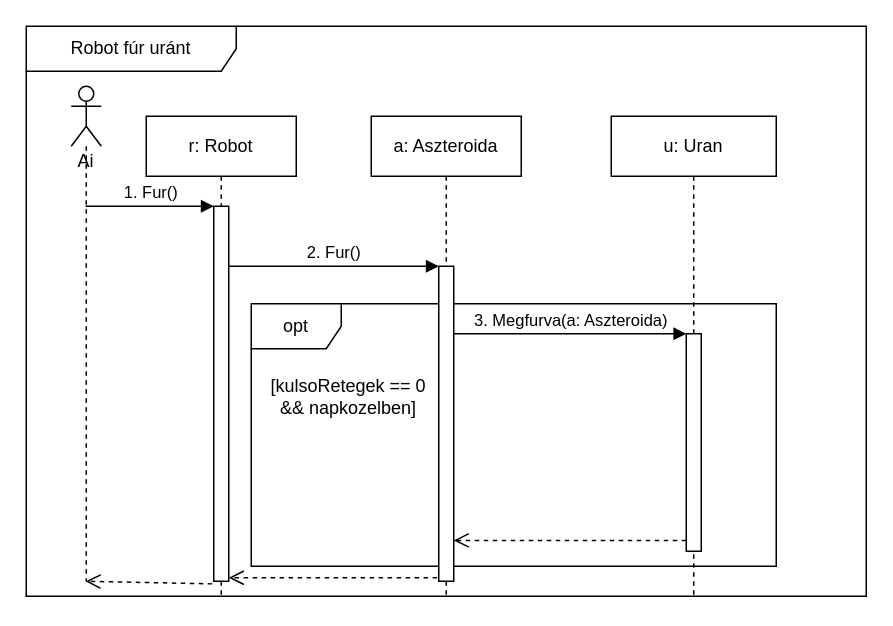
torpeBoiGo/aszteroidabanyaszat keeps this draw.io diagram as page "urán" (3 of 5) of doc/szekvencia/szek_RobotFur.drawio. Above is the earlier version. Source tidied: cells renumbered, new cells numbered last; positions are measured from the earlier drawing's top-left corner, leaving out a move shared by most shapes. Both pictures are drawn from the tidied source at 150%, with x=0, y=0 at pixel (26, 26).
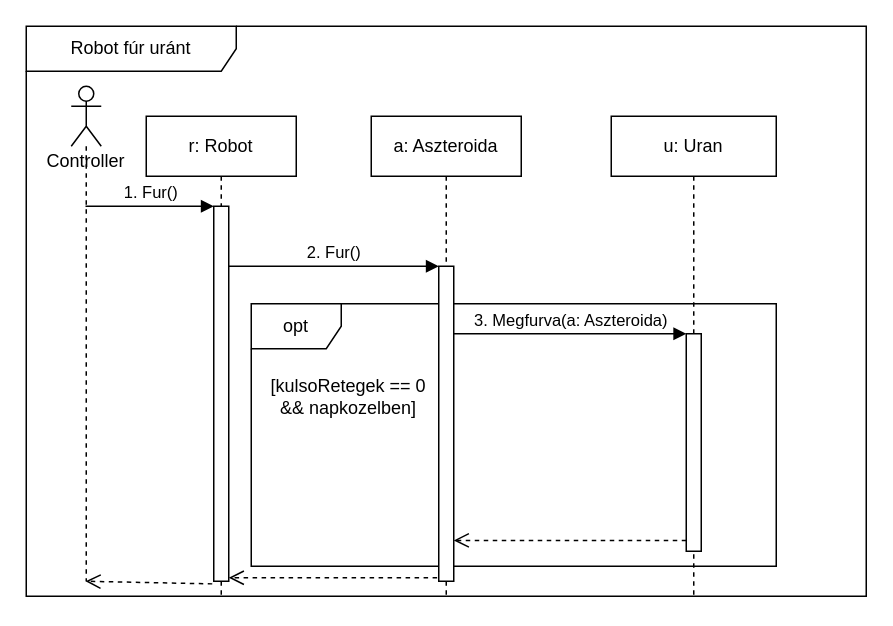
After the change.

Commit message (it also covers changes not shown here):
Update szek_RobotFur.drawio: controller javitasa

What changed in the source:
```diff
@@
 <mxGraphModel>
   <root>
     <mxCell id="0" />
     <mxCell id="1" parent="0" />
     <mxCell id="2" value="Robot fúr uránt" style="shape=umlFrame;whiteSpace=wrap;html=1;width=140;height=30;" parent="1" vertex="1">
       <mxGeometry width="560" height="380" as="geometry" />
     </mxCell>
     <mxCell id="3" style="group;" parent="1" vertex="1">
       <mxGeometry x="150" y="185" width="350" height="175" as="geometry" />
     </mxCell>
     <mxCell id="4" value="opt" style="shape=umlFrame;whiteSpace=wrap;html=1;" parent="3" vertex="1">
       <mxGeometry width="350" height="175" as="geometry" />
     </mxCell>
     <mxCell id="5" value="[kulsoRetegek == 0 &amp;amp;&amp;amp; napkozelben]" style="text;html=1;strokeColor=none;fillColor=none;align=center;verticalAlign=middle;whiteSpace=wrap;rounded=0;" parent="3" vertex="1">
       <mxGeometry x="10" y="37.1" width="110" height="50" as="geometry" />
     </mxCell>
     <mxCell id="6" value="r: Robot" style="shape=umlLifeline;perimeter=lifelinePerimeter;whiteSpace=wrap;html=1;" parent="1" vertex="1">
       <mxGeometry x="80" y="60" width="100" height="320" as="geometry" />
     </mxCell>
     <mxCell id="7" style="html=1;points=[];perimeter=orthogonalPerimeter;" parent="6" vertex="1">
       <mxGeometry x="45" y="60" width="10" height="250" as="geometry" />
     </mxCell>
     <mxCell id="8" value="a: Aszteroida" style="shape=umlLifeline;perimeter=lifelinePerimeter;whiteSpace=wrap;html=1;" parent="1" vertex="1">
       <mxGeometry x="230" y="60" width="100" height="320" as="geometry" />
     </mxCell>
     <mxCell id="9" style="html=1;points=[];perimeter=orthogonalPerimeter;" parent="8" vertex="1">
       <mxGeometry x="45" y="100" width="10" height="210" as="geometry" />
     </mxCell>
     <mxCell id="10" value="2. Fur()" style="html=1;verticalAlign=bottom;endArrow=block;entryX=0;entryY=0;" parent="1" edge="1" source="7" target="9">
       <mxGeometry relative="1" as="geometry" />
     </mxCell>
     <mxCell id="11" style="html=1;verticalAlign=bottom;endArrow=open;dashed=1;endSize=8;exitX=-0.11;exitY=0.989;exitDx=0;exitDy=0;exitPerimeter=0;" parent="1" edge="1" source="9" target="7">
       <mxGeometry x="0.02" y="54" relative="1" as="geometry" />
     </mxCell>
     <mxCell id="12" value="u: Uran" style="shape=umlLifeline;perimeter=lifelinePerimeter;whiteSpace=wrap;html=1;" parent="1" vertex="1">
       <mxGeometry x="390" y="60" width="110" height="320" as="geometry" />
     </mxCell>
     <mxCell id="13" style="html=1;points=[];perimeter=orthogonalPerimeter;" parent="12" vertex="1">
       <mxGeometry x="50" y="145" width="10" height="145" as="geometry" />
     </mxCell>
     <mxCell id="14" value="3. Megfurva(a: Aszteroida)" style="html=1;verticalAlign=bottom;endArrow=block;entryX=0;entryY=0;" parent="1" edge="1" source="9" target="13">
       <mxGeometry relative="1" as="geometry" />
     </mxCell>
     <mxCell id="15" style="html=1;verticalAlign=bottom;endArrow=open;dashed=1;endSize=8;exitX=0;exitY=0.95;" parent="1" edge="1" source="13" target="9">
       <mxGeometry x="-0.09" y="52" relative="1" as="geometry" />
     </mxCell>
-    <mxCell id="16" value="Ai" style="shape=umlLifeline;participant=umlActor;perimeter=lifelinePerimeter;whiteSpace=wrap;html=1;verticalAlign=top;spacingTop=36;outlineConnect=0;" parent="1" vertex="1">
+    <mxCell id="16" value="Controller" style="shape=umlLifeline;participant=umlActor;perimeter=lifelinePerimeter;whiteSpace=wrap;html=1;verticalAlign=top;spacingTop=36;outlineConnect=0;" parent="1" vertex="1">
       <mxGeometry x="30" y="40" width="20" height="330" as="geometry" />
     </mxCell>
     <mxCell id="17" style="html=1;verticalAlign=bottom;endArrow=open;dashed=1;endSize=8;exitX=-0.1;exitY=1.007;exitDx=0;exitDy=0;exitPerimeter=0;" parent="1" edge="1" source="7" target="16">
       <mxGeometry x="0.24" y="77" relative="1" as="geometry" />
     </mxCell>
     <mxCell id="18" value="1. Fur()" style="html=1;verticalAlign=bottom;endArrow=block;entryX=0;entryY=0;" parent="1" edge="1" source="16" target="7">
       <mxGeometry relative="1" as="geometry" />
     </mxCell>
   </root>
 </mxGraphModel>
```
